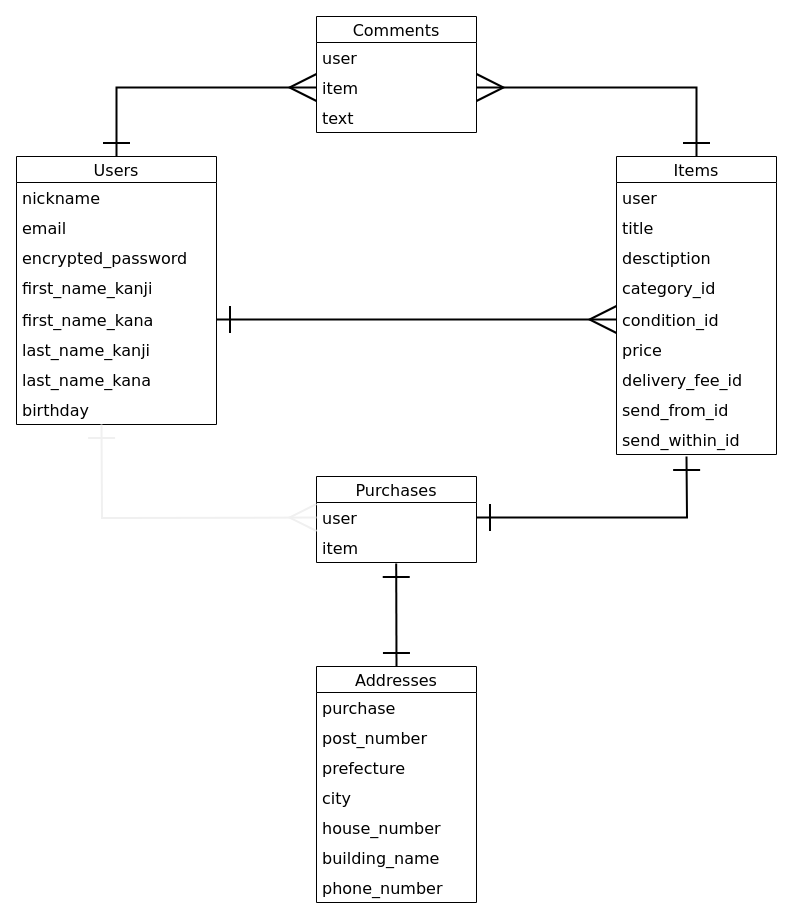
Malakir3/furima-34807 keeps this draw.io diagram as Database_design.dio. Above is the earlier version. Source tidied: cells renumbered, new cells numbered last; positions are measured from the earlier drawing's top-left corner, leaving out a move shared by most shapes. Both pictures are drawn from the tidied source at 100%, with x=0, y=0 at pixel (16, 16).
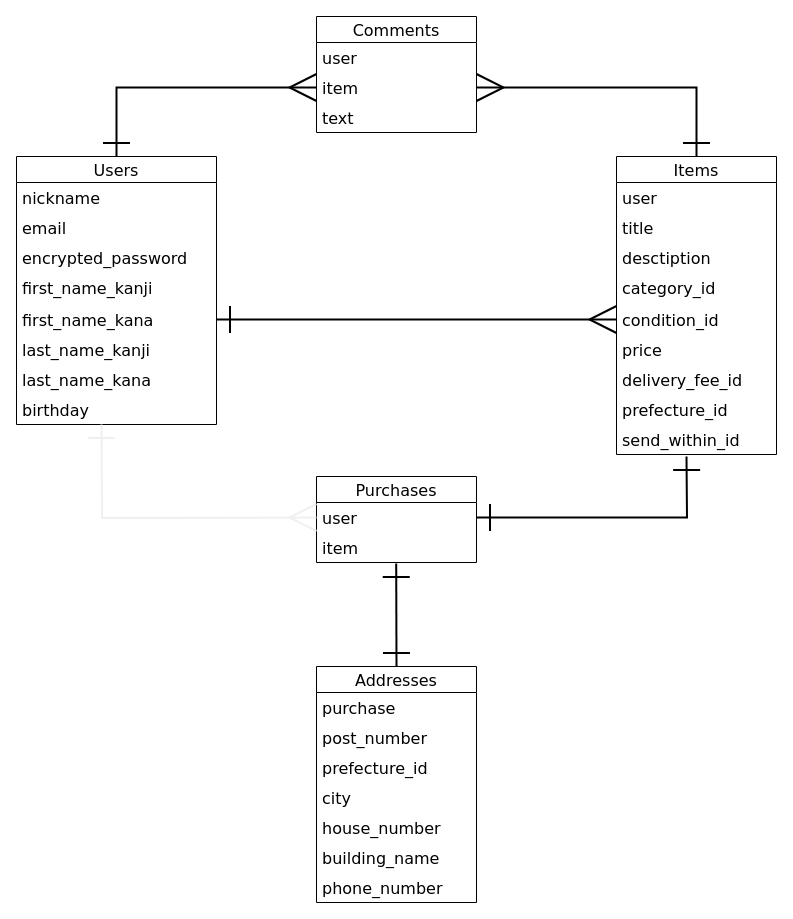
Above is the later version.

Unchanged cells that the change refers to:
```xml
<mxCell id="12" value="Items" style="swimlane;fontStyle=0;horizontal=1;startSize=26;align=center;fontSize=16;fontFamily=Verdana;" parent="1" vertex="1">
  <mxGeometry x="600" y="140" width="160" height="298" as="geometry" />
</mxCell>
<mxCell id="32" value="Addresses" style="swimlane;fontStyle=0;horizontal=1;startSize=26;align=center;fontSize=16;fontFamily=Verdana;" parent="1" vertex="1">
  <mxGeometry x="300" y="650" width="160" height="236" as="geometry" />
</mxCell>
```

Diff of the diagram source:
```diff
@@
-    <mxCell id="20" value="send_from_id" style="text;strokeColor=none;fillColor=none;spacingLeft=4;spacingRight=4;overflow=hidden;fontSize=16;fontFamily=Verdana;" parent="12" vertex="1">
+    <mxCell id="20" value="prefecture_id" style="text;strokeColor=none;fillColor=none;spacingLeft=4;spacingRight=4;overflow=hidden;fontSize=16;fontFamily=Verdana;" parent="12" vertex="1">
       <mxGeometry y="238" width="160" height="30" as="geometry" />
     </mxCell>
@@
-    <mxCell id="35" value="prefecture" style="text;strokeColor=none;fillColor=none;spacingLeft=4;spacingRight=4;overflow=hidden;fontSize=16;fontFamily=Verdana;" parent="32" vertex="1">
+    <mxCell id="35" value="prefecture_id" style="text;strokeColor=none;fillColor=none;spacingLeft=4;spacingRight=4;overflow=hidden;fontSize=16;fontFamily=Verdana;" parent="32" vertex="1">
       <mxGeometry y="86" width="160" height="30" as="geometry" />
     </mxCell>
```
